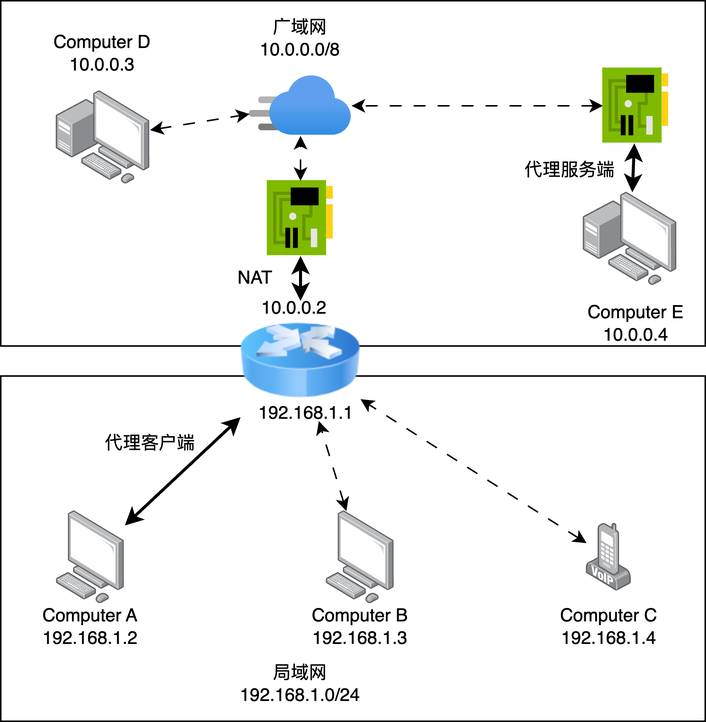
This is proxy_pos.png from N2Sys-EDU/Lab3-Documentation, a draw.io export, as it was before one commit. Source tidied: cells renumbered, new cells last; positions are measured from the earlier drawing's top-left corner, leaving out a move shared by most shapes.
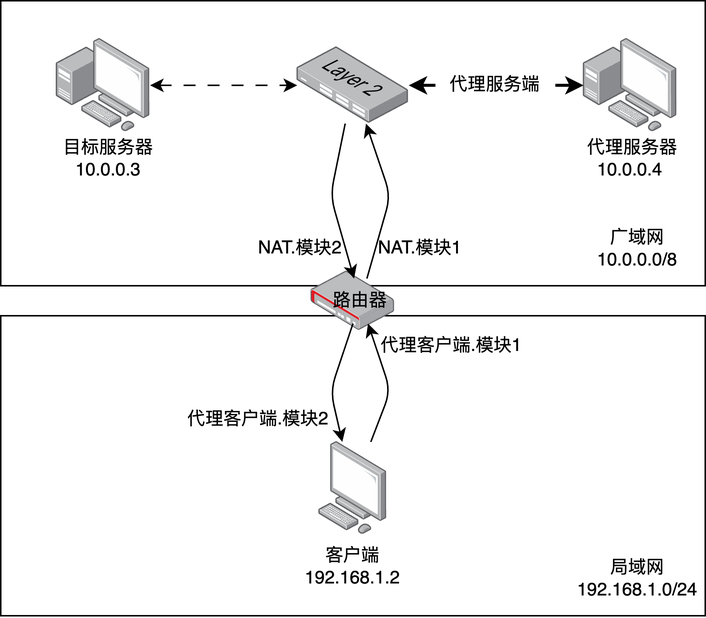
After the change.

The edit, as a diff of the source:
```diff
@@ -3,97 +3,95 @@
     <mxCell id="0" />
     <mxCell id="1" parent="0" />
     <mxCell id="2" style="rounded=0;whiteSpace=wrap;html=1;" parent="1" vertex="1">
-      <mxGeometry width="470" height="230" as="geometry" />
+      <mxGeometry y="40" width="470" height="190" as="geometry" />
     </mxCell>
     <mxCell id="3" style="rounded=0;whiteSpace=wrap;html=1;" parent="1" vertex="1">
-      <mxGeometry y="250" width="470" height="230" as="geometry" />
+      <mxGeometry y="250" width="470" height="200" as="geometry" />
     </mxCell>
-    <mxCell id="4" style="image;html=1;image=img/lib/clip_art/networking/Router_Icon_128x128.png;" parent="1" vertex="1">
-      <mxGeometry x="160" y="200" width="80" height="80" as="geometry" />
-    </mxCell>
     <mxCell id="5" style="points=[];html=1;align=center;shadow=0;dashed=0;image;image=img/lib/allied_telesis/computer_and_terminals/Personal_Computer.svg;" parent="1" vertex="1">
-      <mxGeometry x="37.2" y="340" width="45.6" height="61.8" as="geometry" />
+      <mxGeometry x="212.2" y="334.1" width="45.6" height="61.8" as="geometry" />
     </mxCell>
-    <mxCell id="6" style="points=[];html=1;align=center;shadow=0;dashed=0;image;image=img/lib/allied_telesis/computer_and_terminals/VOIP_IP_phone.svg;" parent="1" vertex="1">
-      <mxGeometry x="390.8" y="348.1" width="30" height="45.6" as="geometry" />
-    </mxCell>
-    <mxCell id="7" style="points=[];html=1;align=center;shadow=0;dashed=0;image;image=img/lib/allied_telesis/computer_and_terminals/Personal_Computer.svg;" parent="1" vertex="1">
-      <mxGeometry x="217.2" y="340" width="45.6" height="61.8" as="geometry" />
-    </mxCell>
-    <mxCell id="8" value="Computer A&lt;br&gt;192.168.1.2" style="text;html=1;strokeColor=none;fillColor=none;align=center;verticalAlign=middle;whiteSpace=wrap;rounded=0;" parent="1" vertex="1">
-      <mxGeometry x="20" y="401.8" width="80" height="30" as="geometry" />
+    <mxCell id="8" value="客户端&lt;br&gt;192.168.1.2" style="text;html=1;strokeColor=none;fillColor=none;align=center;verticalAlign=middle;whiteSpace=wrap;rounded=0;" parent="1" vertex="1">
+      <mxGeometry x="195" y="401.8" width="80" height="30" as="geometry" />
     </mxCell>
-    <mxCell id="9" value="192.168.1.1" style="text;html=1;strokeColor=none;fillColor=none;align=center;verticalAlign=middle;whiteSpace=wrap;rounded=0;" parent="1" vertex="1">
-      <mxGeometry x="174" y="260" width="60" height="30" as="geometry" />
-    </mxCell>
-    <mxCell id="10" value="10.0.0.2" style="text;html=1;strokeColor=none;fillColor=none;align=center;verticalAlign=middle;whiteSpace=wrap;rounded=0;" parent="1" vertex="1">
-      <mxGeometry x="166" y="190" width="60" height="30" as="geometry" />
-    </mxCell>
-    <mxCell id="11" value="Computer B&lt;br&gt;192.168.1.3" style="text;html=1;strokeColor=none;fillColor=none;align=center;verticalAlign=middle;whiteSpace=wrap;rounded=0;" parent="1" vertex="1">
-      <mxGeometry x="200" y="401.8" width="80" height="30" as="geometry" />
-    </mxCell>
-    <mxCell id="12" value="Computer C&lt;br&gt;192.168.1.4" style="text;html=1;strokeColor=none;fillColor=none;align=center;verticalAlign=middle;whiteSpace=wrap;rounded=0;" parent="1" vertex="1">
-      <mxGeometry x="365.8" y="401.8" width="80" height="30" as="geometry" />
-    </mxCell>
     <mxCell id="13" value="局域网&lt;br&gt;192.168.1.0/24" style="text;html=1;strokeColor=none;fillColor=none;align=center;verticalAlign=middle;whiteSpace=wrap;rounded=0;" parent="1" vertex="1">
-      <mxGeometry x="170" y="440" width="60" height="30" as="geometry" />
+      <mxGeometry x="395" y="410" width="60" height="30" as="geometry" />
     </mxCell>
     <mxCell id="14" value="广域网&lt;br&gt;10.0.0.0/8" style="text;html=1;strokeColor=none;fillColor=none;align=center;verticalAlign=middle;whiteSpace=wrap;rounded=0;" parent="1" vertex="1">
-      <mxGeometry x="170" y="10" width="60" height="30" as="geometry" />
+      <mxGeometry x="395" y="190.4" width="60" height="30" as="geometry" />
     </mxCell>
-    <mxCell id="15" style="html=1;points=[];align=center;image;fontSize=12;image=img/lib/azure2/networking/CDN_Profiles.svg;" parent="1" vertex="1">
-      <mxGeometry x="166" y="50" width="68" height="40" as="geometry" />
-    </mxCell>
-    <mxCell id="16" style="endArrow=classic;startArrow=classic;html=1;strokeWidth=2;" parent="1" edge="1" source="5" target="4">
-      <mxGeometry relative="1" as="geometry" />
-    </mxCell>
-    <mxCell id="17" style="endArrow=classic;startArrow=classic;html=1;dashed=1;dashPattern=8 8;" parent="1" edge="1" source="7" target="4">
-      <mxGeometry relative="1" as="geometry" />
-    </mxCell>
-    <mxCell id="18" style="endArrow=classic;startArrow=classic;html=1;dashed=1;dashPattern=8 8;" parent="1" edge="1" source="6" target="4">
-      <mxGeometry relative="1" as="geometry" />
-    </mxCell>
     <mxCell id="19" style="points=[];html=1;align=center;shadow=0;dashed=0;image;image=img/lib/allied_telesis/computer_and_terminals/Personal_Computer_with_Server.svg;" parent="1" vertex="1">
-      <mxGeometry x="37.2" y="60" width="62.4" height="62.4" as="geometry" />
+      <mxGeometry x="37.2" y="65.2" width="62.4" height="62.4" as="geometry" />
     </mxCell>
     <mxCell id="20" style="points=[];html=1;align=center;shadow=0;dashed=0;image;image=img/lib/allied_telesis/computer_and_terminals/Personal_Computer_with_Server.svg;" parent="1" vertex="1">
-      <mxGeometry x="388.8" y="127.6" width="62.4" height="62.4" as="geometry" />
+      <mxGeometry x="388.8" y="65.2" width="62.4" height="62.4" as="geometry" />
     </mxCell>
-    <mxCell id="21" style="endArrow=classic;startArrow=classic;html=1;dashed=1;dashPattern=8 8;" parent="1" edge="1" source="30" target="15">
-      <mxGeometry relative="1" as="geometry" />
-    </mxCell>
-    <mxCell id="22" style="endArrow=classic;startArrow=classic;html=1;dashed=1;dashPattern=8 8;" parent="1" edge="1" source="19" target="15">
+    <mxCell id="22" style="endArrow=classic;startArrow=classic;html=1;dashed=1;dashPattern=8 8;" parent="1" edge="1" source="19" target="33">
       <mxGeometry relative="1" as="geometry" />
     </mxCell>
-    <mxCell id="23" value="Computer D&lt;br&gt;10.0.0.3" style="text;html=1;strokeColor=none;fillColor=none;align=center;verticalAlign=middle;whiteSpace=wrap;rounded=0;" parent="1" vertex="1">
-      <mxGeometry x="33.4" y="20" width="70" height="30" as="geometry" />
+    <mxCell id="23" value="目标服务器10.0.0.3" style="text;html=1;strokeColor=none;fillColor=none;align=center;verticalAlign=middle;whiteSpace=wrap;rounded=0;" parent="1" vertex="1">
+      <mxGeometry x="37.2" y="130" width="70" height="30" as="geometry" />
     </mxCell>
-    <mxCell id="24" value="Computer E&lt;br&gt;10.0.0.4" style="text;html=1;strokeColor=none;fillColor=none;align=center;verticalAlign=middle;whiteSpace=wrap;rounded=0;" parent="1" vertex="1">
-      <mxGeometry x="388.8" y="200" width="70" height="30" as="geometry" />
+    <mxCell id="24" value="&amp;nbsp;代理服务器&lt;br&gt;10.0.0.4" style="text;html=1;strokeColor=none;fillColor=none;align=center;verticalAlign=middle;whiteSpace=wrap;rounded=0;" parent="1" vertex="1">
+      <mxGeometry x="385" y="130" width="70" height="30" as="geometry" />
     </mxCell>
-    <mxCell id="25" style="sketch=0;html=1;points=[];align=center;image;fontSize=12;image=img/lib/mscae/NetworkInterfaceCard.svg;" parent="1" vertex="1">
-      <mxGeometry x="178" y="120" width="44" height="50" as="geometry" />
-    </mxCell>
-    <mxCell id="26" style="endArrow=classic;startArrow=classic;html=1;dashed=1;dashPattern=8 8;" parent="1" edge="1" source="25" target="15">
-      <mxGeometry relative="1" as="geometry" />
-    </mxCell>
-    <mxCell id="27" style="endArrow=classic;startArrow=classic;html=1;jumpSize=6;strokeWidth=2;" parent="1" edge="1" source="4" target="25">
-      <mxGeometry relative="1" as="geometry" />
-    </mxCell>
-    <mxCell id="28" value="NAT" style="text;html=1;strokeColor=none;fillColor=none;align=center;verticalAlign=middle;whiteSpace=wrap;rounded=0;" parent="1" vertex="1">
-      <mxGeometry x="140" y="170" width="60" height="30" as="geometry" />
-    </mxCell>
-    <mxCell id="29" value="代理客户端" style="text;html=1;strokeColor=none;fillColor=none;align=center;verticalAlign=middle;whiteSpace=wrap;rounded=0;" parent="1" vertex="1">
-      <mxGeometry x="60" y="280" width="80" height="30" as="geometry" />
-    </mxCell>
-    <mxCell id="30" style="sketch=0;html=1;points=[];align=center;image;fontSize=12;image=img/lib/mscae/NetworkInterfaceCard.svg;" parent="1" vertex="1">
-      <mxGeometry x="401.8" y="45" width="44" height="50" as="geometry" />
-    </mxCell>
+    <mxCell id="32" style="endArrow=classic;startArrow=none;html=1;strokeWidth=2;" parent="1" edge="1" source="31" target="33">
+      <mxGeometry relative="1" as="geometry" />
+    </mxCell>
+    <mxCell id="33" style="points=[];html=1;align=center;shadow=0;dashed=0;image;image=img/lib/allied_telesis/switch/Switch_24_port_L2.svg;" parent="1" vertex="1">
+      <mxGeometry x="197.8" y="70.9" width="74.4" height="51" as="geometry" />
+    </mxCell>
+    <mxCell id="34" style="html=1;align=center;shadow=0;dashed=0;image;image=img/lib/allied_telesis/security/Router_VPN.svg;" parent="1" vertex="1">
+      <mxGeometry x="207.1" y="220.4" width="55.8" height="39.6" as="geometry" />
+    </mxCell>
+    <mxCell id="35" value="路由器" style="text;html=1;strokeColor=none;fillColor=none;align=center;verticalAlign=middle;whiteSpace=wrap;rounded=0;fontColor=#000000;" parent="1" vertex="1">
+      <mxGeometry x="200" y="225.2" width="80" height="30" as="geometry" />
+    </mxCell>
+    <mxCell id="36" style="endArrow=none;startArrow=classic;html=1;strokeWidth=2;" parent="1" edge="1" source="20" target="31">
+      <mxGeometry relative="1" as="geometry" />
+    </mxCell>
     <mxCell id="31" value="代理服务端" style="text;html=1;strokeColor=none;fillColor=none;align=center;verticalAlign=middle;whiteSpace=wrap;rounded=0;" parent="1" vertex="1">
-      <mxGeometry x="340" y="97.6" width="80" height="30" as="geometry" />
+      <mxGeometry x="290" y="81.4" width="80" height="30" as="geometry" />
     </mxCell>
-    <mxCell id="32" style="endArrow=classic;startArrow=classic;html=1;strokeWidth=2;" parent="1" edge="1" source="20" target="30">
-      <mxGeometry relative="1" as="geometry" />
-    </mxCell>
+    <mxCell id="37" style="endArrow=classic;html=1;fontColor=#000000;" parent="1" edge="1" source="35" target="33">
+      <mxGeometry relative="1" as="geometry">
+        <Array as="points">
+          <mxPoint x="260" y="170" />
+        </Array>
+      </mxGeometry>
+    </mxCell>
+    <mxCell id="38" style="endArrow=classic;html=1;fontColor=#000000;" parent="1" edge="1" source="33" target="35">
+      <mxGeometry relative="1" as="geometry">
+        <Array as="points">
+          <mxPoint x="220" y="170" />
+        </Array>
+      </mxGeometry>
+    </mxCell>
+    <mxCell id="39" value="NAT.模块1" style="text;html=1;strokeColor=none;fillColor=none;align=center;verticalAlign=middle;whiteSpace=wrap;rounded=0;" parent="1" vertex="1">
+      <mxGeometry x="240" y="190.4" width="80" height="30" as="geometry" />
+    </mxCell>
+    <mxCell id="40" value="NAT.模块2" style="text;html=1;strokeColor=none;fillColor=none;align=center;verticalAlign=middle;whiteSpace=wrap;rounded=0;" parent="1" vertex="1">
+      <mxGeometry x="160" y="190.4" width="80" height="30" as="geometry" />
+    </mxCell>
+    <mxCell id="41" style="endArrow=classic;html=1;fontColor=#000000;" parent="1" edge="1" source="5" target="35">
+      <mxGeometry relative="1" as="geometry">
+        <Array as="points">
+          <mxPoint x="260" y="300" />
+        </Array>
+      </mxGeometry>
+    </mxCell>
+    <mxCell id="42" value="代理客户端.模块1" style="text;html=1;strokeColor=none;fillColor=none;align=center;verticalAlign=middle;whiteSpace=wrap;rounded=0;" parent="1" vertex="1">
+      <mxGeometry x="250" y="255.2" width="102.2" height="30" as="geometry" />
+    </mxCell>
+    <mxCell id="43" style="endArrow=classic;html=1;fontColor=#000000;" parent="1" edge="1" source="35" target="5">
+      <mxGeometry relative="1" as="geometry">
+        <Array as="points">
+          <mxPoint x="220" y="300" />
+        </Array>
+      </mxGeometry>
+    </mxCell>
+    <mxCell id="44" value="代理客户端.模块2" style="text;html=1;strokeColor=none;fillColor=none;align=center;verticalAlign=middle;whiteSpace=wrap;rounded=0;" parent="1" vertex="1">
+      <mxGeometry x="121" y="304.1" width="102.2" height="30" as="geometry" />
+    </mxCell>
   </root>
 </mxGraphModel>
```
